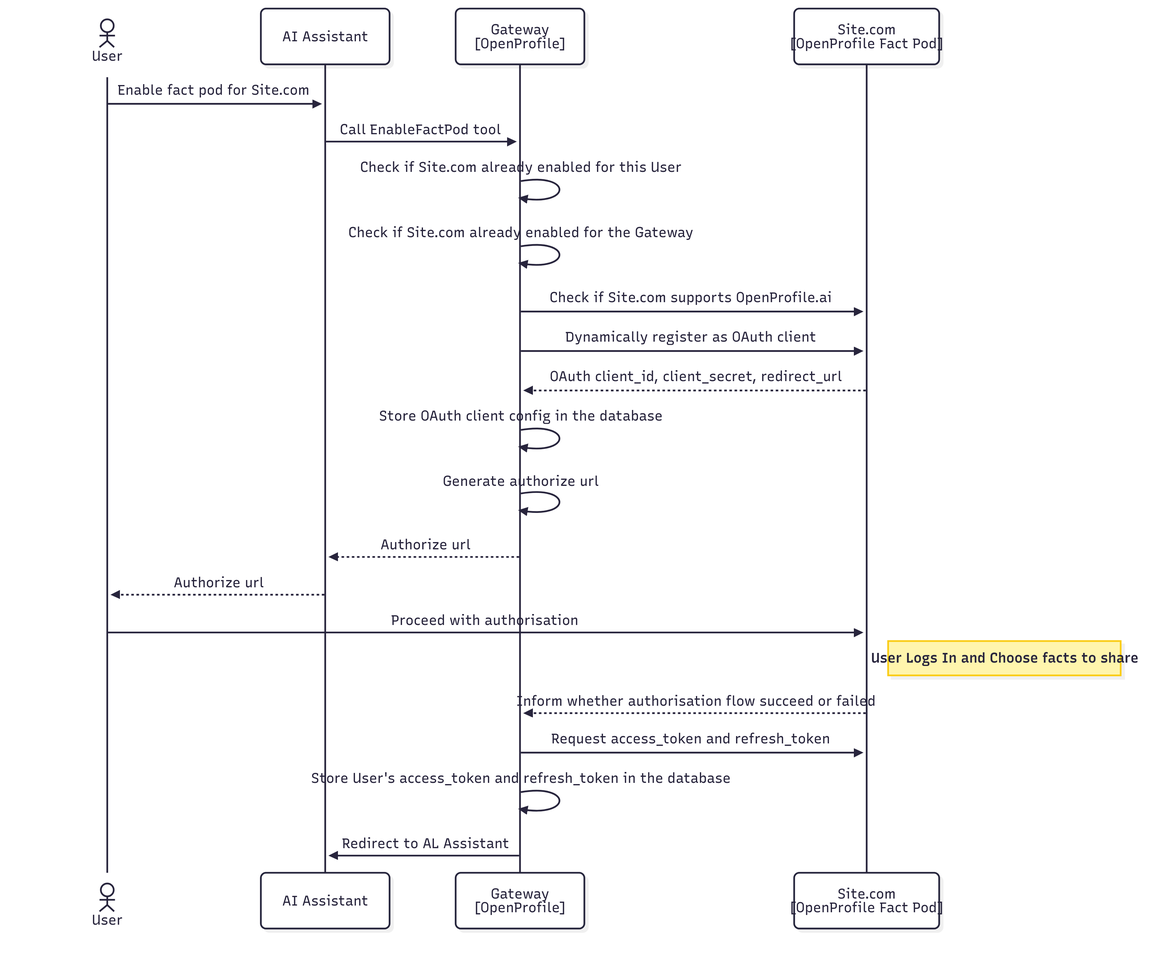
Earlier version of the Mermaid export assets/img/enable-fact-pod-flow.png (openprofile-ai/openprofile). Its source is kept beside it as assets/mermaid/enable-fact-pod-flow.mermaid. The source it was exported from:
```mermaid
---
config:
  look: neo
  theme: redux
---

sequenceDiagram
    actor User
    participant LLM as AI Assistant
    participant Gateway as Gateway<br>[OpenProfile]
    participant Site.com as Site.com<br>[OpenProfile Fact Pod]

    User->>LLM: Enable fact pod for Site.com
    LLM->>Gateway: Call EnableFactPod tool
    Gateway->>Gateway: Check if Site.com already enabled for this User
    Gateway->>Gateway: Check if Site.com already enabled for the Gateway
    Gateway->>Site.com: Check if Site.com supports OpenProfile.ai
    Gateway->>Site.com: Dynamically register as OAuth client
    Site.com-->>Gateway: OAuth client_id, client_secret, redirect_url
    Gateway->>Gateway: Store OAuth client config in the database
    Gateway->>Gateway: Generate authorize url
    Gateway-->>LLM: Authorize url
    LLM-->>User: Authorize url
    User->>Site.com: Proceed with authorisation

    Note right of Site.com: User Logs In and Choose facts to share

    Site.com-->>Gateway: Inform whether authorisation flow succeed or failed
    Gateway->>Site.com: Request access_token and refresh_token
    Gateway->>Gateway: Store User's access_token and refresh_token in the database
    Gateway->>LLM: Redirect to AL Assistant
```
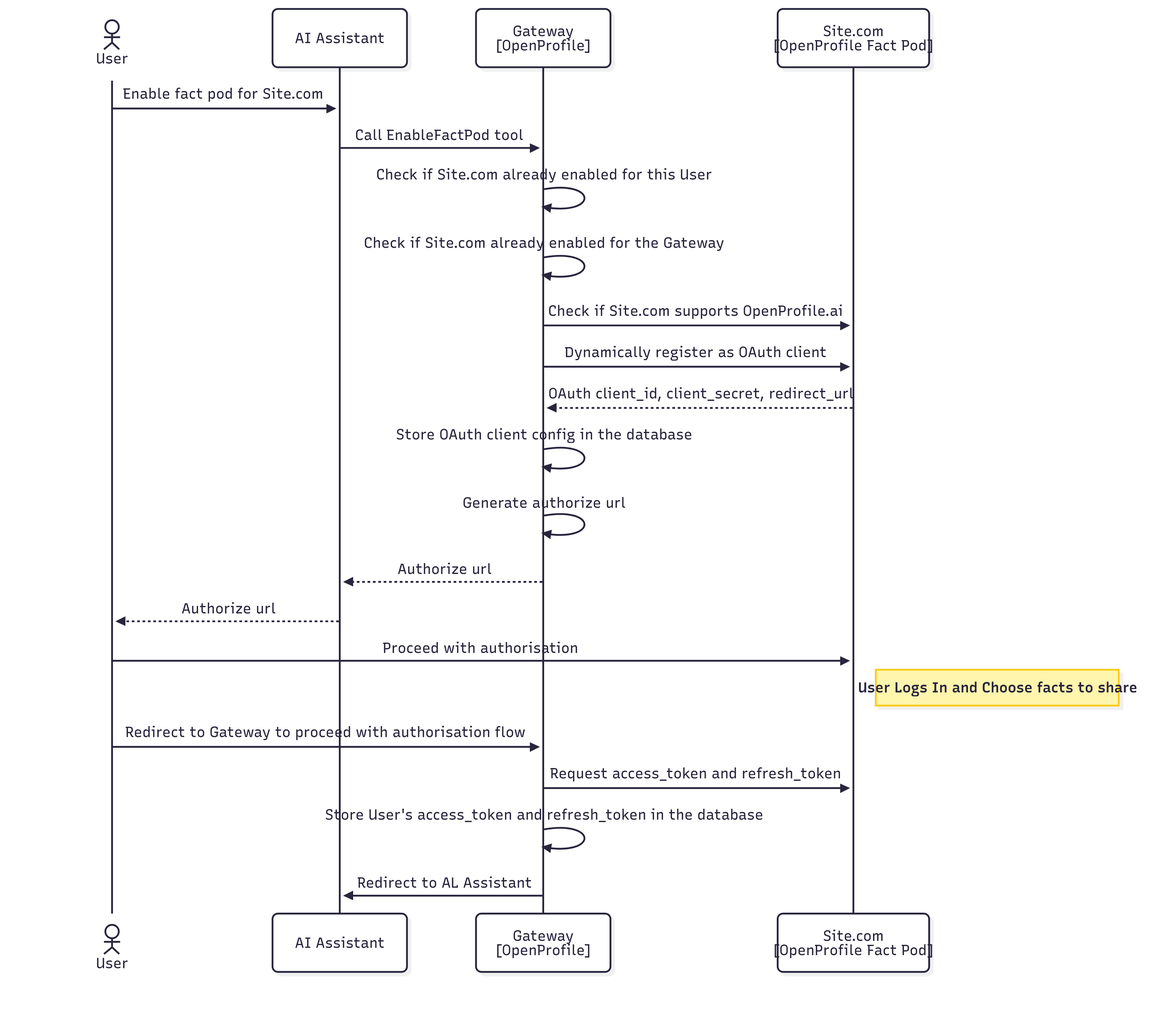
The same diagram one commit later.

Change to the diagram source:
```diff
@@ -25,7 +25,7 @@
 
     Note right of Site.com: User Logs In and Choose facts to share
 
-    Site.com-->>Gateway: Inform whether authorisation flow succeed or failed
+    User->>Gateway: Redirect to Gateway to proceed with authorisation flow
     Gateway->>Site.com: Request access_token and refresh_token
     Gateway->>Gateway: Store User's access_token and refresh_token in the database
     Gateway->>LLM: Redirect to AL Assistant
```
